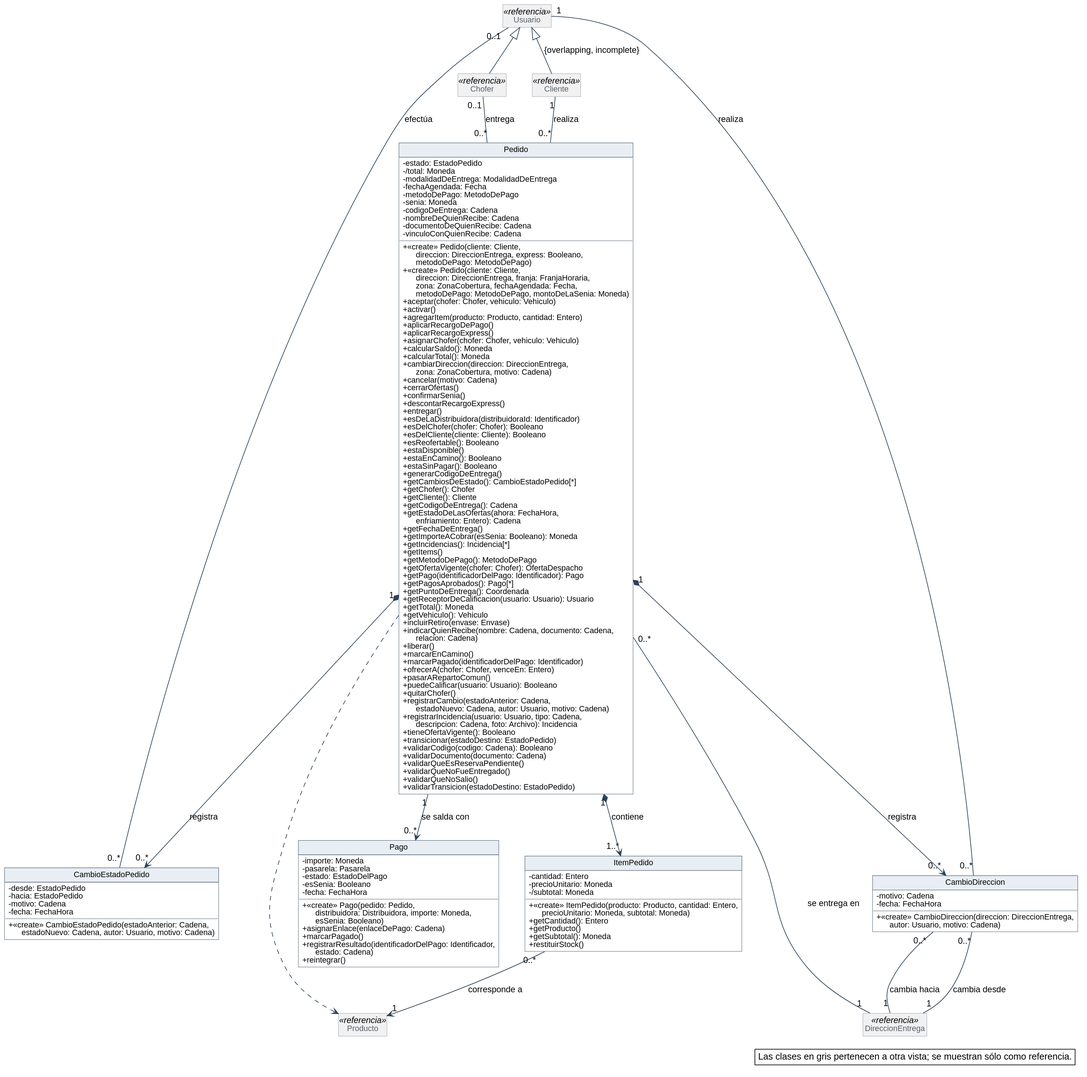
This is diagramas/clases-diseno/DC_Pedido.svg from Nahuelito-Dev/splg-docs, a PlantUML export, as it was before one commit.
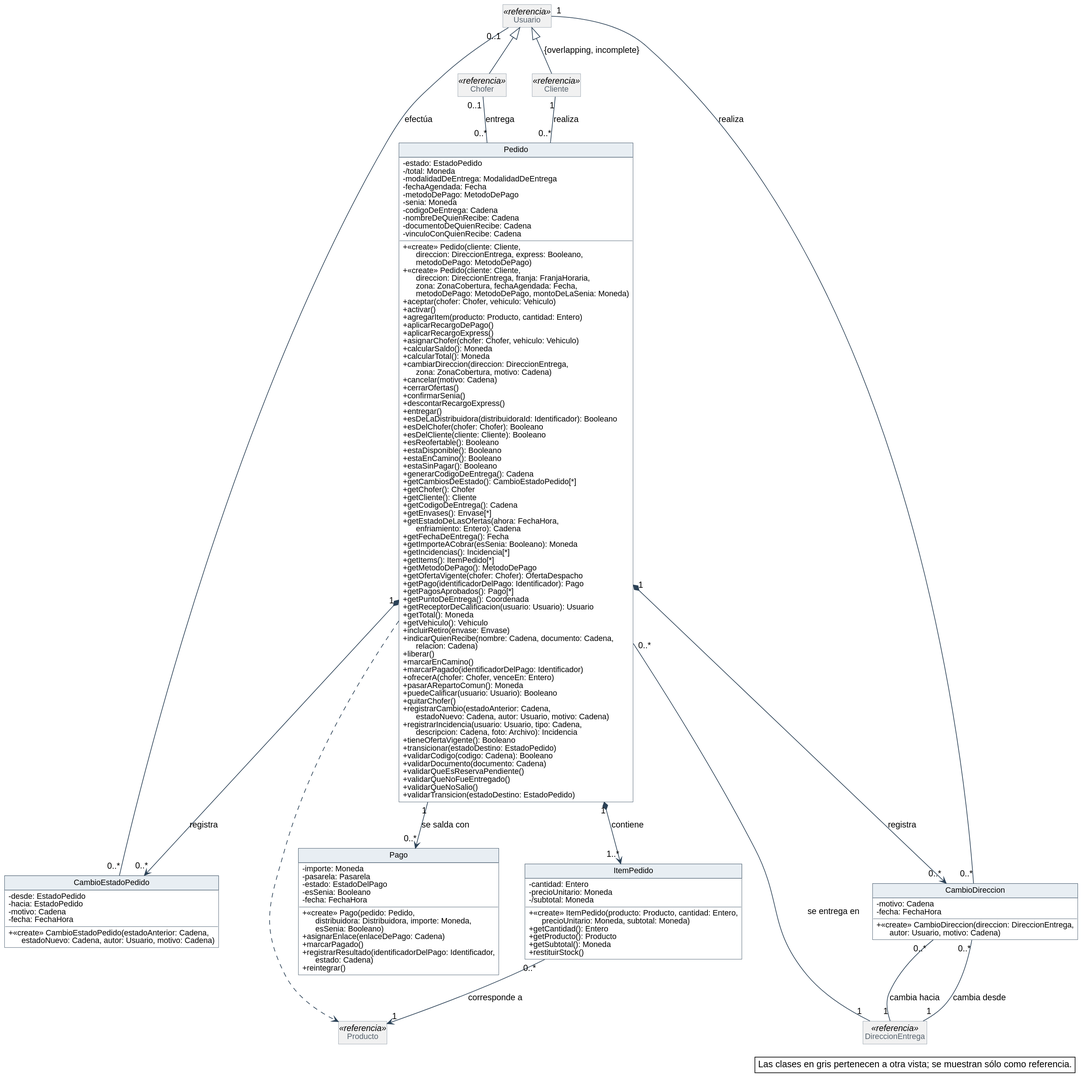
After the commit.

The edit, as a diff of the source:
```diff
@@ -84,23 +84,24 @@
   + confirmarSenia()
   + descontarRecargoExpress()
   + entregar()
-  + esDeLaDistribuidora(distribuidoraId: Identificador)
+  + esDeLaDistribuidora(distribuidoraId: Identificador): Booleano
   + esDelChofer(chofer: Chofer): Booleano
   + esDelCliente(cliente: Cliente): Booleano
   + esReofertable(): Booleano
-  + estaDisponible()
+  + estaDisponible(): Booleano
   + estaEnCamino(): Booleano
   + estaSinPagar(): Booleano
-  + generarCodigoDeEntrega()
+  + generarCodigoDeEntrega(): Cadena
   + getCambiosDeEstado(): CambioEstadoPedido[*]
   + getChofer(): Chofer
   + getCliente(): Cliente
   + getCodigoDeEntrega(): Cadena
+  + getEnvases(): Envase[*]
   + getEstadoDeLasOfertas(ahora: FechaHora,\n      enfriamiento: Entero): Cadena
-  + getFechaDeEntrega()
+  + getFechaDeEntrega(): Fecha
   + getImporteACobrar(esSenia: Booleano): Moneda
   + getIncidencias(): Incidencia[*]
-  + getItems()
+  + getItems(): ItemPedido[*]
   + getMetodoDePago(): MetodoDePago
   + getOfertaVigente(chofer: Chofer): OfertaDespacho
   + getPago(identificadorDelPago: Identificador): Pago
@@ -115,7 +116,7 @@
   + marcarEnCamino()
   + marcarPagado(identificadorDelPago: Identificador)
   + ofrecerA(chofer: Chofer, venceEn: Entero)
-  + pasarARepartoComun()
+  + pasarARepartoComun(): Moneda
   + puedeCalificar(usuario: Usuario): Booleano
   + quitarChofer()
   + registrarCambio(estadoAnterior: Cadena,\n      estadoNuevo: Cadena, autor: Usuario, motivo: Cadena)
@@ -135,7 +136,7 @@
   - /subtotal: Moneda
   + «create» ItemPedido(producto: Producto, cantidad: Entero,\n      precioUnitario: Moneda, subtotal: Moneda)
   + getCantidad(): Entero
-  + getProducto()
+  + getProducto(): Producto
   + getSubtotal(): Moneda
   + restituirStock()
 }
```
